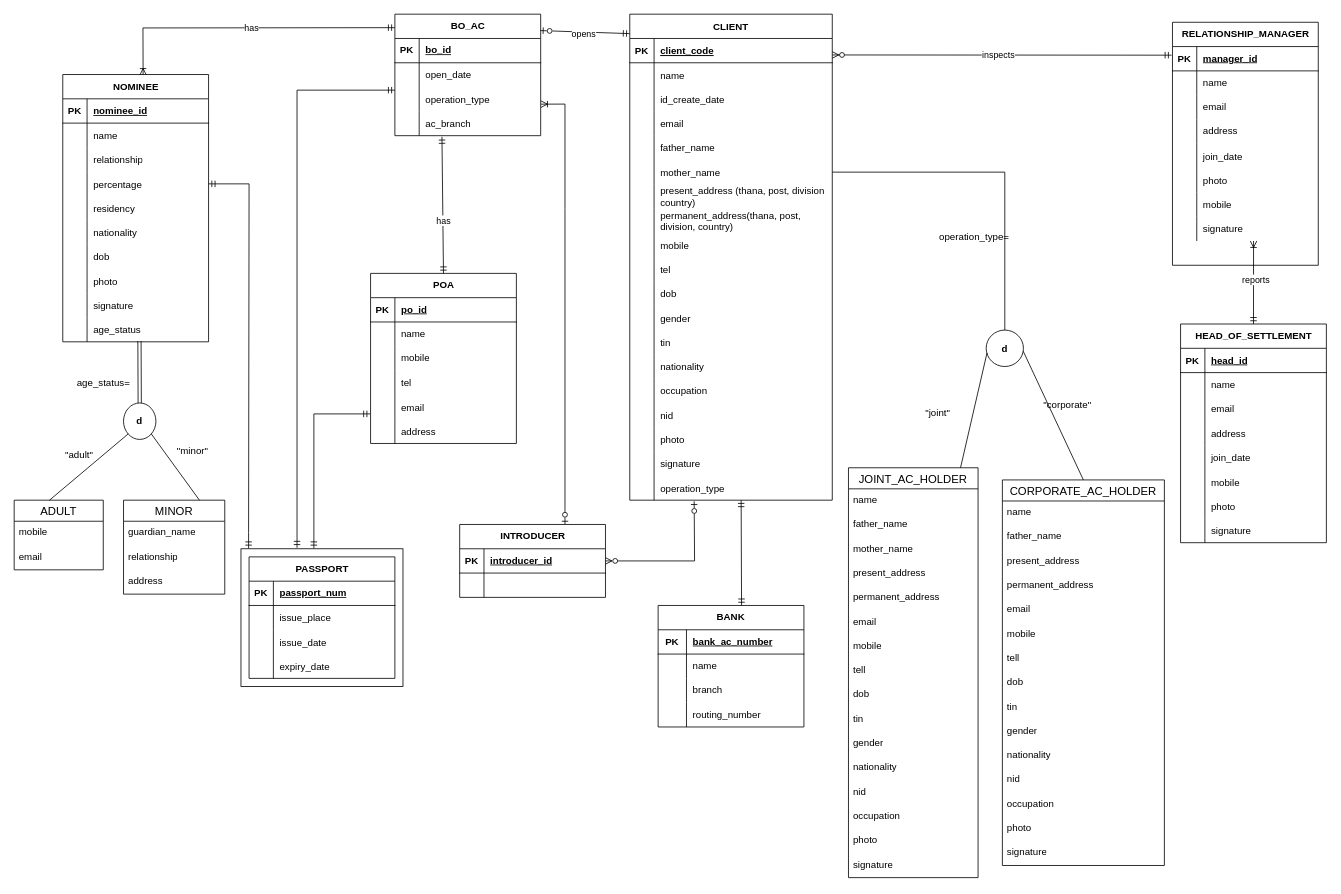
Before: report/ERD.drawio in MohaiminAlif/LankabanglaUniProject, a draw.io diagram. Source tidied: cells renumbered, new cells numbered last; positions are measured from the earlier drawing's top-left corner, leaving out a move shared by most shapes. Both pictures are drawn from the tidied source at 81%, with x=0, y=0 at pixel (14, 14).
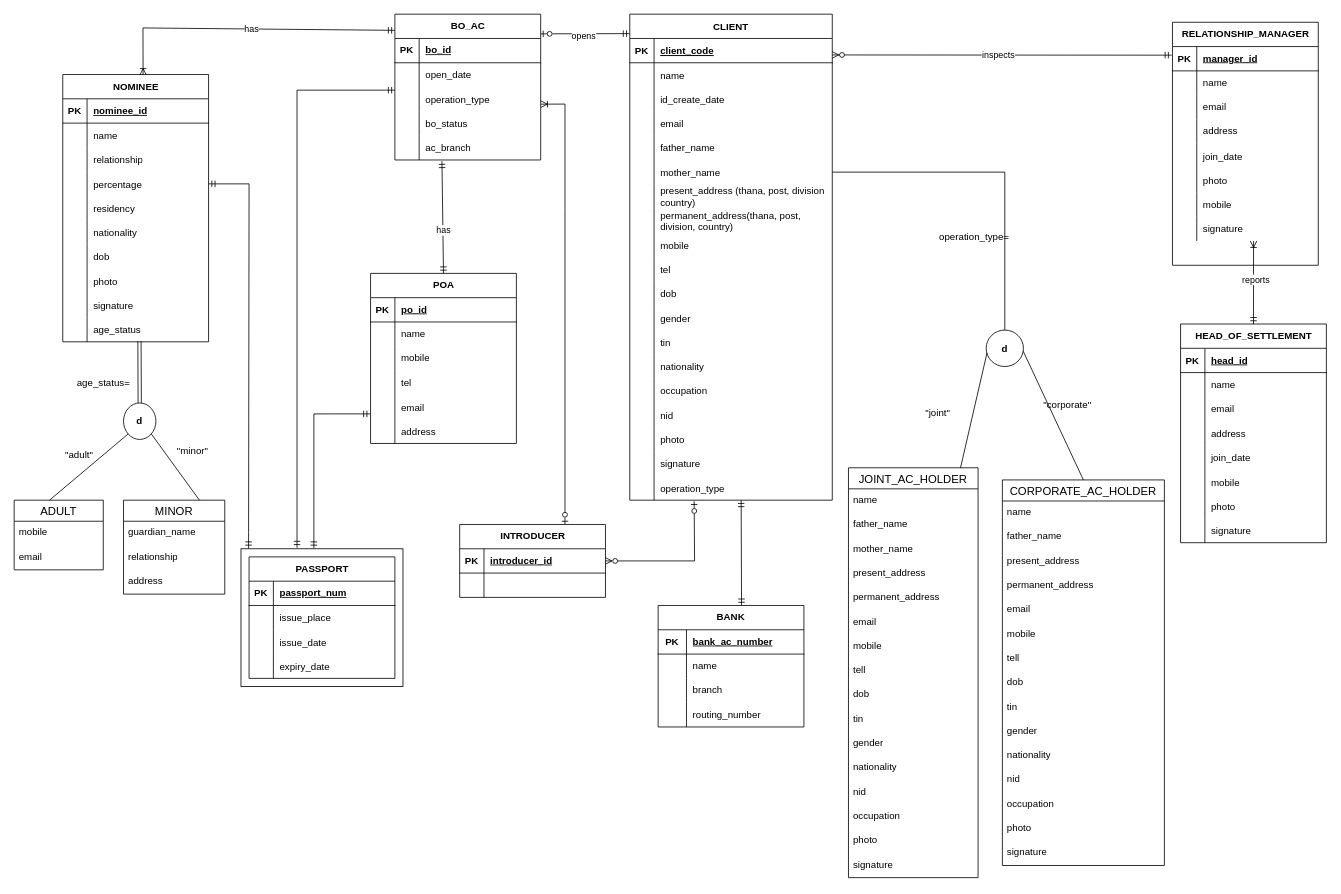
The same page after the edit.

Change to the diagram source:
```diff
@@
     <mxCell id="177" value="BO_AC" style="shape=table;startSize=30;childLayout=tableLayout;rowLines=0;fontStyle=1;align=center;html=1;" parent="1" vertex="1">
-      <mxGeometry x="470" width="180" height="150" as="geometry" />
+      <mxGeometry x="470" width="180" height="180" as="geometry" />
     </mxCell>
@@
+    <mxCell id="277" style="shape=tableRow;horizontal=0;startSize=0;swimlaneHead=0;swimlaneBody=0;fillColor=none;top=0;left=0;right=0;bottom=0;" parent="177" vertex="1">
+      <mxGeometry y="120" width="180" height="30" as="geometry" />
+    </mxCell>
+    <mxCell id="278" style="shape=partialRectangle;fillColor=none;top=0;left=0;bottom=0;right=0;overflow=hidden;" parent="277" vertex="1">
+      <mxGeometry width="30" height="30" as="geometry" />
+    </mxCell>
+    <mxCell id="279" value="bo_status" style="shape=partialRectangle;fillColor=none;top=0;left=0;bottom=0;right=0;align=left;spacingLeft=6;overflow=hidden;" parent="277" vertex="1">
+      <mxGeometry x="30" width="150" height="30" as="geometry" />
+    </mxCell>
     <mxCell id="187" style="shape=tableRow;horizontal=0;startSize=0;swimlaneHead=0;swimlaneBody=0;fillColor=none;points=[[0,0.5],[1,0.5]];portConstraint=eastwest;top=0;left=0;right=0;bottom=0;" parent="177" vertex="1">
-      <mxGeometry y="120" width="180" height="30" as="geometry" />
+      <mxGeometry y="150" width="180" height="30" as="geometry" />
     </mxCell>
```
